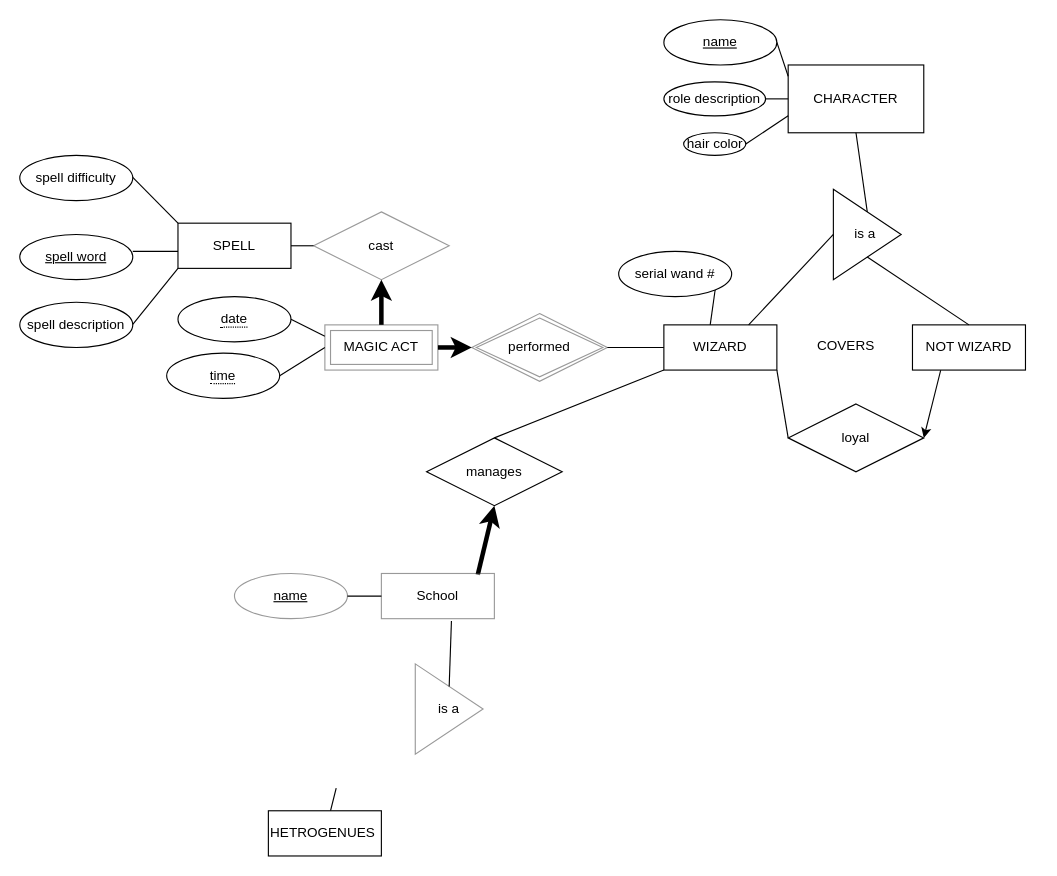
Earlier version of the draw.io diagram Untitled Diagram.drawio (dparnas/databaseproject2020). Source tidied: cells renumbered, new cells numbered last; positions are measured from the earlier drawing's top-left corner, leaving out a move shared by most shapes. Both pictures are drawn from the tidied source at 113%, with x=0, y=0 at pixel (19, 19).
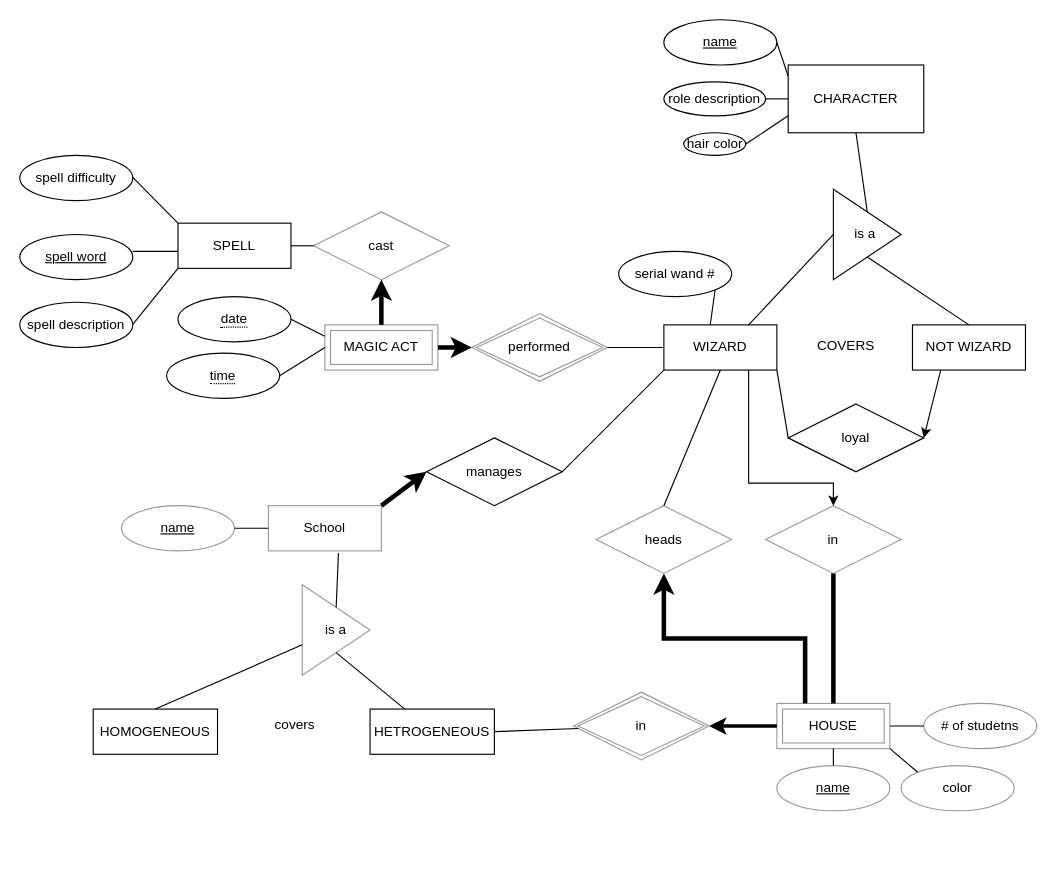
Above is the later version.

Unchanged cells that the change refers to:
```xml
<mxCell id="8" value="WIZARD" style="whiteSpace=wrap;html=1;align=center;" parent="1" vertex="1">
  <mxGeometry x="570" y="270" width="100" height="40" as="geometry" />
</mxCell>
<mxCell id="43" value="manages" style="shape=rhombus;perimeter=rhombusPerimeter;whiteSpace=wrap;html=1;align=center;" parent="1" vertex="1">
  <mxGeometry x="360" y="370" width="120" height="60" as="geometry" />
</mxCell>
```

Change to the diagram source:
```diff
@@
+    <mxCell id="51" style="edgeStyle=orthogonalEdgeStyle;rounded=0;sketch=0;jettySize=auto;html=1;exitX=0.75;exitY=1;exitDx=0;exitDy=0;strokeColor=#000000;strokeWidth=1;" parent="1" edge="1" source="8" target="63">
+      <mxGeometry relative="1" as="geometry">
+        <Array as="points">
+          <mxPoint x="645" y="410" />
+          <mxPoint x="720" y="410" />
+        </Array>
+      </mxGeometry>
+    </mxCell>
@@
-    <mxCell id="41" style="edgeStyle=none;rounded=0;sketch=0;jettySize=auto;html=1;exitX=0.853;exitY=0.029;exitDx=0;exitDy=0;strokeColor=#000000;strokeWidth=4;entryX=0.5;entryY=1;entryDx=0;entryDy=0;exitPerimeter=0;" parent="1" edge="1" source="42" target="43">
+    <mxCell id="41" style="edgeStyle=none;rounded=0;sketch=0;jettySize=auto;html=1;exitX=1;exitY=0;exitDx=0;exitDy=0;strokeColor=#000000;strokeWidth=4;entryX=0;entryY=0.5;entryDx=0;entryDy=0;" parent="1" edge="1" source="42" target="43">
       <mxGeometry relative="1" as="geometry" />
     </mxCell>
     <mxCell id="42" value="School" style="whiteSpace=wrap;html=1;align=center;rounded=0;sketch=0;gradientColor=none;opacity=40;" parent="1" vertex="1">
-      <mxGeometry x="320" y="490" width="100" height="40" as="geometry" />
+      <mxGeometry x="220" y="430" width="100" height="40" as="geometry" />
     </mxCell>
@@
     <mxCell id="44" value="name" style="ellipse;whiteSpace=wrap;html=1;align=center;fontStyle=4;rounded=0;sketch=0;gradientColor=none;opacity=40;" parent="1" vertex="1">
-      <mxGeometry x="190" y="490" width="100" height="40" as="geometry" />
+      <mxGeometry x="90" y="430" width="100" height="40" as="geometry" />
     </mxCell>
@@
-    <mxCell id="46" style="endArrow=none;html=1;rounded=0;strokeColor=#000000;strokeWidth=1;entryX=0;entryY=1;entryDx=0;entryDy=0;exitX=0.5;exitY=0;exitDx=0;exitDy=0;" parent="1" edge="1" source="43" target="8">
+    <mxCell id="46" style="endArrow=none;html=1;rounded=0;strokeColor=#000000;strokeWidth=1;entryX=0;entryY=1;entryDx=0;entryDy=0;exitX=1;exitY=0.5;exitDx=0;exitDy=0;" parent="1" edge="1" source="43" target="8">
       <mxGeometry relative="1" as="geometry" />
     </mxCell>
     <mxCell id="47" value="is a" style="triangle;whiteSpace=wrap;html=1;rounded=0;sketch=0;gradientColor=none;opacity=40;" parent="1" vertex="1">
-      <mxGeometry x="350" y="570" width="60" height="80" as="geometry" />
+      <mxGeometry x="250" y="500" width="60" height="80" as="geometry" />
     </mxCell>
@@
-    <mxCell id="49" style="endArrow=none;html=1;rounded=0;strokeColor=#000000;strokeWidth=1;" parent="1" edge="1" target="50">
-      <mxGeometry relative="1" as="geometry">
-        <mxPoint x="280" y="680" as="sourcePoint" />
-      </mxGeometry>
+    <mxCell id="49" style="endArrow=none;html=1;rounded=0;strokeColor=#000000;strokeWidth=1;exitX=0.5;exitY=1;exitDx=0;exitDy=0;" parent="1" edge="1" source="47" target="50">
+      <mxGeometry relative="1" as="geometry" />
     </mxCell>
-    <mxCell id="50" value="HETROGENUES&amp;nbsp;" style="whiteSpace=wrap;html=1;align=center;" parent="1" vertex="1">
-      <mxGeometry x="220" y="700" width="100" height="40" as="geometry" />
+    <mxCell id="50" value="HETROGENEOUS" style="whiteSpace=wrap;html=1;align=center;" parent="1" vertex="1">
+      <mxGeometry x="310" y="610" width="110" height="40" as="geometry" />
     </mxCell>
+    <mxCell id="52" value="HOMOGENEOUS" style="whiteSpace=wrap;html=1;align=center;" parent="1" vertex="1">
+      <mxGeometry x="65" y="610" width="110" height="40" as="geometry" />
+    </mxCell>
+    <mxCell id="53" style="endArrow=none;html=1;rounded=0;strokeColor=#000000;strokeWidth=1;entryX=0.5;entryY=0;entryDx=0;entryDy=0;" parent="1" edge="1" source="47" target="52">
+      <mxGeometry relative="1" as="geometry" />
+    </mxCell>
+    <mxCell id="54" style="edgeStyle=none;rounded=0;sketch=0;jettySize=auto;html=1;exitX=0;exitY=0.5;exitDx=0;exitDy=0;entryX=1;entryY=0.5;entryDx=0;entryDy=0;strokeColor=#000000;strokeWidth=3;" parent="1" edge="1" source="56" target="58">
+      <mxGeometry relative="1" as="geometry" />
+    </mxCell>
+    <mxCell id="55" style="edgeStyle=orthogonalEdgeStyle;rounded=0;sketch=0;jettySize=auto;html=1;exitX=0.25;exitY=0;exitDx=0;exitDy=0;entryX=0.5;entryY=1;entryDx=0;entryDy=0;strokeColor=#000000;strokeWidth=4;" parent="1" edge="1" source="56" target="62">
+      <mxGeometry relative="1" as="geometry" />
+    </mxCell>
+    <mxCell id="56" value="HOUSE" style="shape=ext;margin=3;double=1;whiteSpace=wrap;html=1;align=center;rounded=0;sketch=0;gradientColor=none;opacity=40;" parent="1" vertex="1">
+      <mxGeometry x="670" y="605" width="100" height="40" as="geometry" />
+    </mxCell>
+    <mxCell id="57" value="covers" style="text;strokeColor=none;fillColor=none;spacingLeft=4;spacingRight=4;overflow=hidden;fontSize=12;rounded=0;sketch=0;opacity=40;" parent="1" vertex="1">
+      <mxGeometry x="220" y="610" width="50" height="30" as="geometry" />
+    </mxCell>
+    <mxCell id="58" value="in" style="shape=rhombus;double=1;perimeter=rhombusPerimeter;whiteSpace=wrap;html=1;align=center;rounded=0;sketch=0;gradientColor=none;opacity=40;" parent="1" vertex="1">
+      <mxGeometry x="490" y="595" width="120" height="60" as="geometry" />
+    </mxCell>
+    <mxCell id="59" style="endArrow=none;html=1;rounded=0;strokeColor=#000000;strokeWidth=1;exitX=1;exitY=0.5;exitDx=0;exitDy=0;" parent="1" edge="1" source="50" target="58">
+      <mxGeometry relative="1" as="geometry" />
+    </mxCell>
+    <mxCell id="60" value="name" style="ellipse;whiteSpace=wrap;html=1;align=center;fontStyle=4;rounded=0;sketch=0;gradientColor=none;opacity=40;" parent="1" vertex="1">
+      <mxGeometry x="670" y="660" width="100" height="40" as="geometry" />
+    </mxCell>
+    <mxCell id="61" style="endArrow=none;html=1;rounded=0;strokeColor=#000000;strokeWidth=1;exitX=0.5;exitY=0;exitDx=0;exitDy=0;entryX=0.5;entryY=1;entryDx=0;entryDy=0;" parent="1" edge="1" source="60" target="56">
+      <mxGeometry relative="1" as="geometry" />
+    </mxCell>
+    <mxCell id="62" value="heads" style="shape=rhombus;perimeter=rhombusPerimeter;whiteSpace=wrap;html=1;align=center;rounded=0;sketch=0;gradientColor=none;opacity=40;" parent="1" vertex="1">
+      <mxGeometry x="510" y="430" width="120" height="60" as="geometry" />
+    </mxCell>
+    <mxCell id="63" value="in" style="shape=rhombus;perimeter=rhombusPerimeter;whiteSpace=wrap;html=1;align=center;rounded=0;sketch=0;gradientColor=none;opacity=40;" parent="1" vertex="1">
+      <mxGeometry x="660" y="430" width="120" height="60" as="geometry" />
+    </mxCell>
+    <mxCell id="64" style="endArrow=none;html=1;rounded=0;strokeColor=#000000;strokeWidth=4;exitX=0.5;exitY=0;exitDx=0;exitDy=0;entryX=0.5;entryY=1;entryDx=0;entryDy=0;" parent="1" edge="1" source="56" target="63">
+      <mxGeometry relative="1" as="geometry" />
+    </mxCell>
+    <mxCell id="65" style="endArrow=none;html=1;rounded=0;strokeColor=#000000;strokeWidth=1;exitX=0.5;exitY=0;exitDx=0;exitDy=0;entryX=0.5;entryY=1;entryDx=0;entryDy=0;" parent="1" edge="1" source="62" target="8">
+      <mxGeometry relative="1" as="geometry" />
+    </mxCell>
+    <mxCell id="66" value="color" style="ellipse;whiteSpace=wrap;html=1;align=center;rounded=0;sketch=0;gradientColor=none;opacity=40;" parent="1" vertex="1">
+      <mxGeometry x="780" y="660" width="100" height="40" as="geometry" />
+    </mxCell>
+    <mxCell id="67" style="endArrow=none;html=1;rounded=0;strokeColor=#000000;strokeWidth=1;entryX=0;entryY=0;entryDx=0;entryDy=0;exitX=1;exitY=1;exitDx=0;exitDy=0;" parent="1" edge="1" source="56" target="66">
+      <mxGeometry relative="1" as="geometry" />
+    </mxCell>
+    <mxCell id="68" value="# of studetns" style="ellipse;whiteSpace=wrap;html=1;align=center;rounded=0;sketch=0;gradientColor=none;opacity=40;" parent="1" vertex="1">
+      <mxGeometry x="800" y="605" width="100" height="40" as="geometry" />
+    </mxCell>
+    <mxCell id="69" style="endArrow=none;html=1;rounded=0;strokeColor=#000000;strokeWidth=1;entryX=0;entryY=0.5;entryDx=0;entryDy=0;exitX=1;exitY=0.5;exitDx=0;exitDy=0;" parent="1" edge="1" source="56" target="68">
+      <mxGeometry relative="1" as="geometry" />
+    </mxCell>
```
